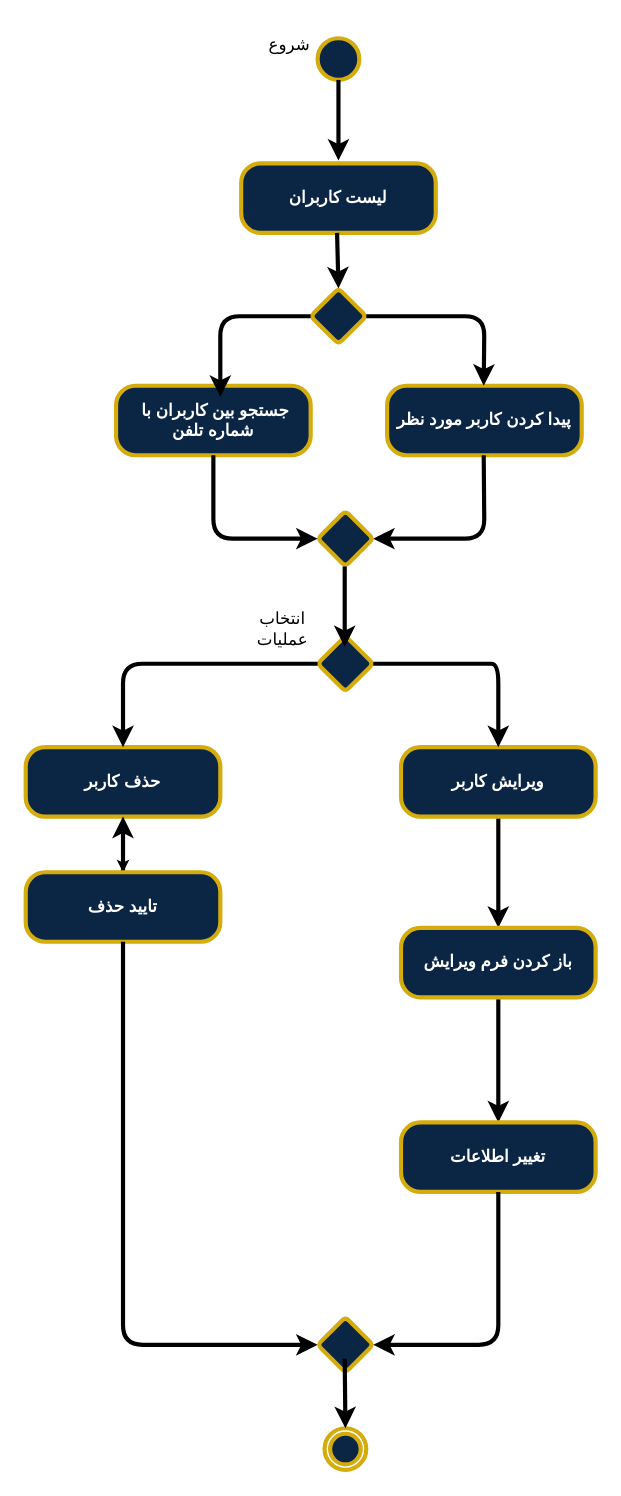
The draw.io diagram page "مدیریت کاربران" (2 of 4) of Documentation/Analysis/Modeling/Functional Models/Super Admin/super_admin_Activity_diagram_fixed3_.drawio in TnT74K/Project-SAD, before the edit. Source tidied: cells renumbered, new cells numbered last; positions are measured from the earlier drawing's top-left corner, leaving out a move shared by most shapes. Both pictures are drawn from the tidied source at 139%, with x=0, y=0 at pixel (25, 24).
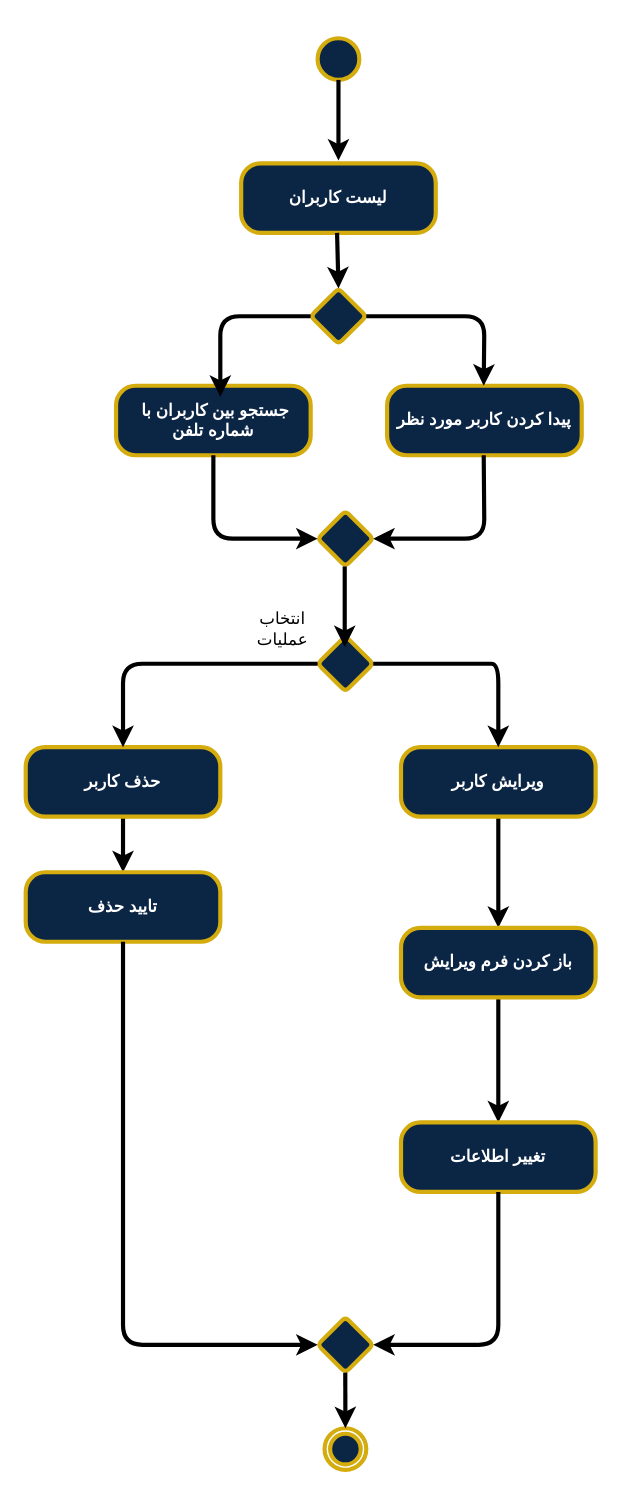
The same page after the edit.

The change refers to these unchanged cells:
```xml
<mxCell id="14" value="حذف کاربر" style="html=1;align=center;verticalAlign=middle;rounded=1;arcSize=28;whiteSpace=wrap;strokeColor=light-dark(#D4AC0D,#D4AC0D);strokeWidth=3;fontFamily=zain;fontSize=12;fontColor=light-dark(#FFFFFF,#FFFFFF);fontStyle=1;labelBackgroundColor=none;fillColor=light-dark(#0B2545,#0B2545);" parent="1" vertex="1">
  <mxGeometry y="520" width="140" height="50" as="geometry" />
</mxCell>
<mxCell id="21" value="تایید حذف" style="html=1;align=center;verticalAlign=middle;rounded=1;arcSize=28;whiteSpace=wrap;strokeColor=light-dark(#D4AC0D,#D4AC0D);strokeWidth=3;fontFamily=zain;fontSize=12;fontColor=light-dark(#FFFFFF,#FFFFFF);fontStyle=1;labelBackgroundColor=none;fillColor=light-dark(#0B2545,#0B2545);" parent="1" vertex="1">
  <mxGeometry y="610" width="140" height="50" as="geometry" />
</mxCell>
<mxCell id="23" style="ellipse;html=1;shape=endState;fillColor=light-dark(#0B2545,#0B2545);rounded=1;strokeColor=light-dark(#D4AC0D,#D4AC0D);strokeWidth=3;align=center;verticalAlign=middle;arcSize=28;fontFamily=zain;fontSize=12;fontColor=light-dark(#FFFFFF,#FFFFFF);fontStyle=1;labelBackgroundColor=none;" parent="1" vertex="1">
  <mxGeometry x="215" y="1010" width="30" height="30" as="geometry" />
</mxCell>
```

Diff of the diagram source:
```diff
@@
-    <mxCell id="3" value="&lt;font face=&quot;zain&quot;&gt;شروع&lt;/font&gt;" style="text;html=1;whiteSpace=wrap;strokeColor=none;fillColor=none;align=center;verticalAlign=middle;rounded=0;" parent="1" vertex="1">
-      <mxGeometry x="160" width="60" height="30" as="geometry" />
-    </mxCell>
@@
-    <mxCell id="13" style="edgeStyle=orthogonalEdgeStyle;rounded=0;jettySize=auto;html=1;" parent="1" edge="1" source="14" target="21">
+    <mxCell id="13" style="edgeStyle=orthogonalEdgeStyle;rounded=1;jettySize=auto;html=1;strokeColor=light-dark(#000000,#D4AC0D);strokeWidth=3;align=center;verticalAlign=middle;arcSize=28;fontFamily=zain;fontSize=12;fontColor=light-dark(#FFFFFF,#FFFFFF);fontStyle=1;labelBackgroundColor=none;endArrow=classic;fillColor=light-dark(#0B2545,#0B2545);" parent="1" edge="1" source="14" target="21">
       <mxGeometry relative="1" as="geometry" />
     </mxCell>
@@
-    <mxCell id="20" style="edgeStyle=orthogonalEdgeStyle;rounded=0;jettySize=auto;html=1;strokeWidth=3;" parent="1" edge="1" source="21" target="14">
-      <mxGeometry relative="1" as="geometry" />
-    </mxCell>
@@
-    <mxCell id="33" style="html=1;verticalAlign=middle;labelBackgroundColor=none;strokeWidth=3;rounded=1;exitX=0.5;exitY=1;exitDx=0;exitDy=0;strokeColor=light-dark(#000000,#D4AC0D);align=center;arcSize=28;fontFamily=zain;fontSize=12;fontColor=light-dark(#FFFFFF,#FFFFFF);fontStyle=1;fillColor=light-dark(#0B2545,#0B2545);" parent="1" edge="1">
+    <mxCell id="33" style="html=1;verticalAlign=middle;labelBackgroundColor=none;strokeWidth=3;rounded=1;strokeColor=light-dark(#000000,#D4AC0D);align=center;arcSize=28;fontFamily=zain;fontSize=12;fontColor=light-dark(#FFFFFF,#FFFFFF);fontStyle=1;fillColor=light-dark(#0B2545,#0B2545);entryX=0.5;entryY=0;entryDx=0;entryDy=0;" parent="1" edge="1" target="23">
       <mxGeometry relative="1" as="geometry">
-        <mxPoint x="229.5" y="960" as="sourcePoint" />
-        <mxPoint x="230" y="1010" as="targetPoint" />
+        <mxPoint x="229.9" y="970" as="sourcePoint" />
       </mxGeometry>
     </mxCell>
```
